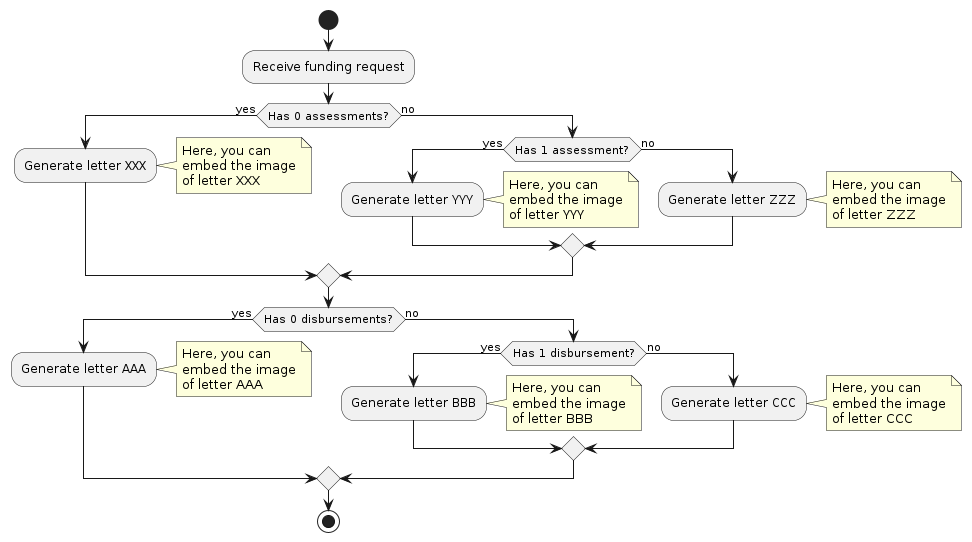
Earlier version of the PlantUML export Design/Diagram, Funding Request Letters, 2023-08-24.png (ytgov/sfa-client).
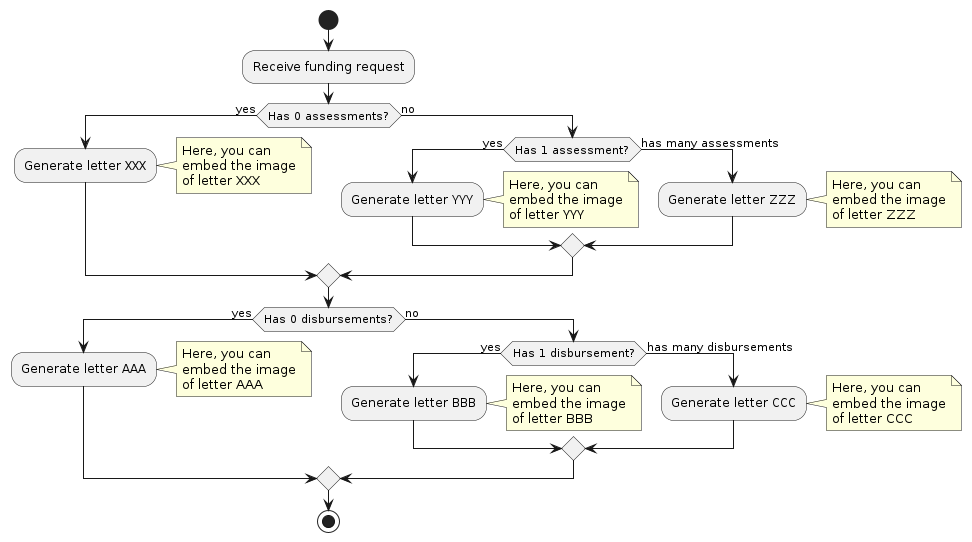
After the commit.

Commit message:
:tophat: Update condition messaging of funding request letter diagram.

The edit, as a diff of the source:
```diff
@@ -18,7 +18,7 @@
       embed the image
       of letter YYY
     end note
-  else (no)
+  else (has many assessments)
     :Generate letter ZZZ;
     note right
       Here, you can
@@ -43,7 +43,7 @@
       embed the image
       of letter BBB
     end note
-  else (no)
+  else (has many disbursements)
     :Generate letter CCC;
     note right
       Here, you can
```
